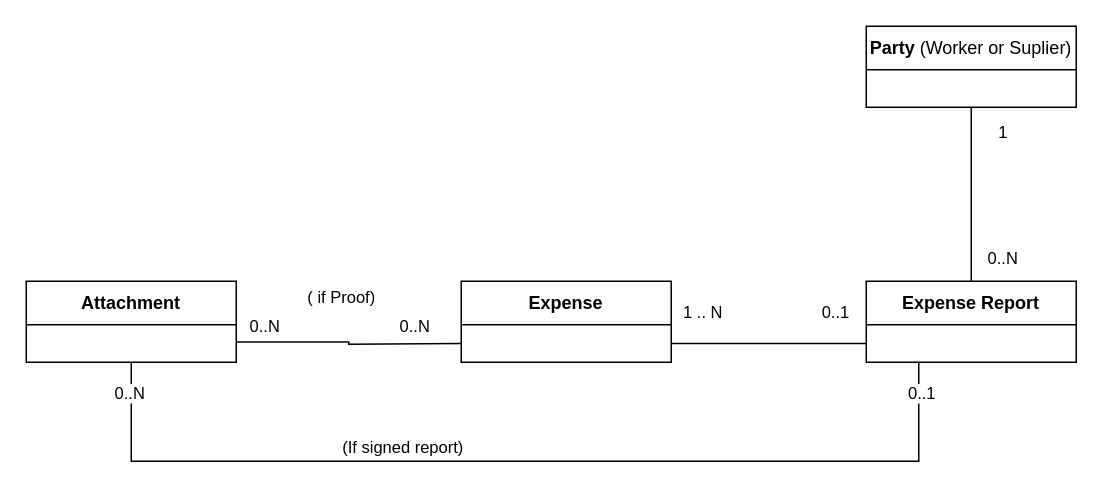
Idir-smart/SandBox keeps this draw.io diagram as page "Cible Model" (2 of 3) of Diagramme sans nom.drawio. Above is the earlier version. Source tidied: cells renumbered, new cells numbered last; positions are measured from the earlier drawing's top-left corner, leaving out a move shared by most shapes. Both pictures are drawn from the tidied source at 150%, with x=0, y=0 at pixel (26, 26).
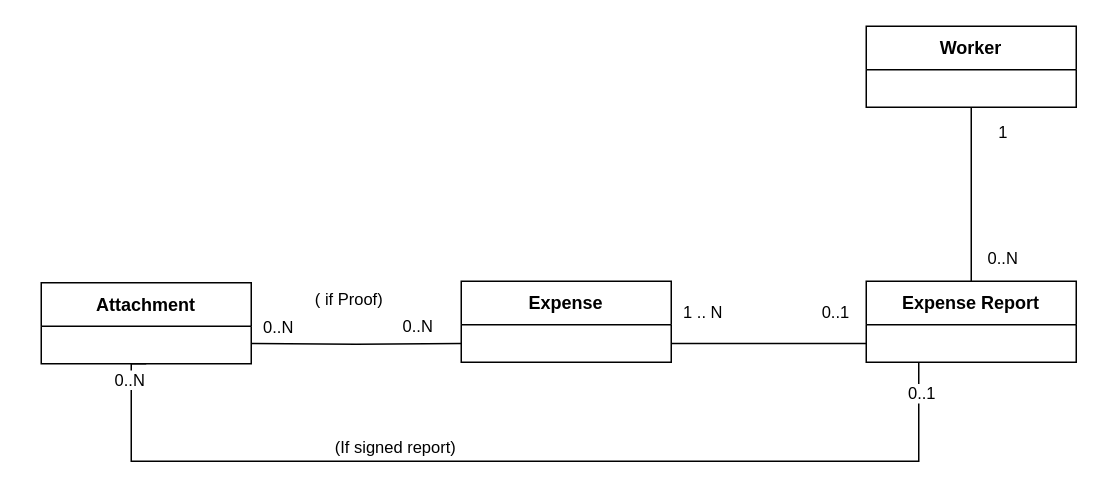
After the change.

The edit, as a diff of the source:
```diff
@@
     <mxCell id="6" value="Attachment" style="swimlane;fontStyle=1;align=center;verticalAlign=middle;horizontal=1;startSize=29;html=1;whiteSpace=wrap;" parent="1" vertex="1">
-      <mxGeometry y="170" width="140" height="54" as="geometry" />
+      <mxGeometry x="10" y="171" width="140" height="54" as="geometry" />
     </mxCell>
@@
-    <mxCell id="19" value="Party &lt;span style=&quot;font-weight: normal;&quot;&gt;(Worker or Suplier)&lt;/span&gt;" style="swimlane;fontStyle=1;align=center;verticalAlign=middle;horizontal=1;startSize=29;html=1;whiteSpace=wrap;" parent="1" vertex="1">
+    <mxCell id="19" value="Worker" style="swimlane;fontStyle=1;align=center;verticalAlign=middle;horizontal=1;startSize=29;html=1;whiteSpace=wrap;" parent="1" vertex="1">
       <mxGeometry x="560" width="140" height="54" as="geometry" />
     </mxCell>
```
